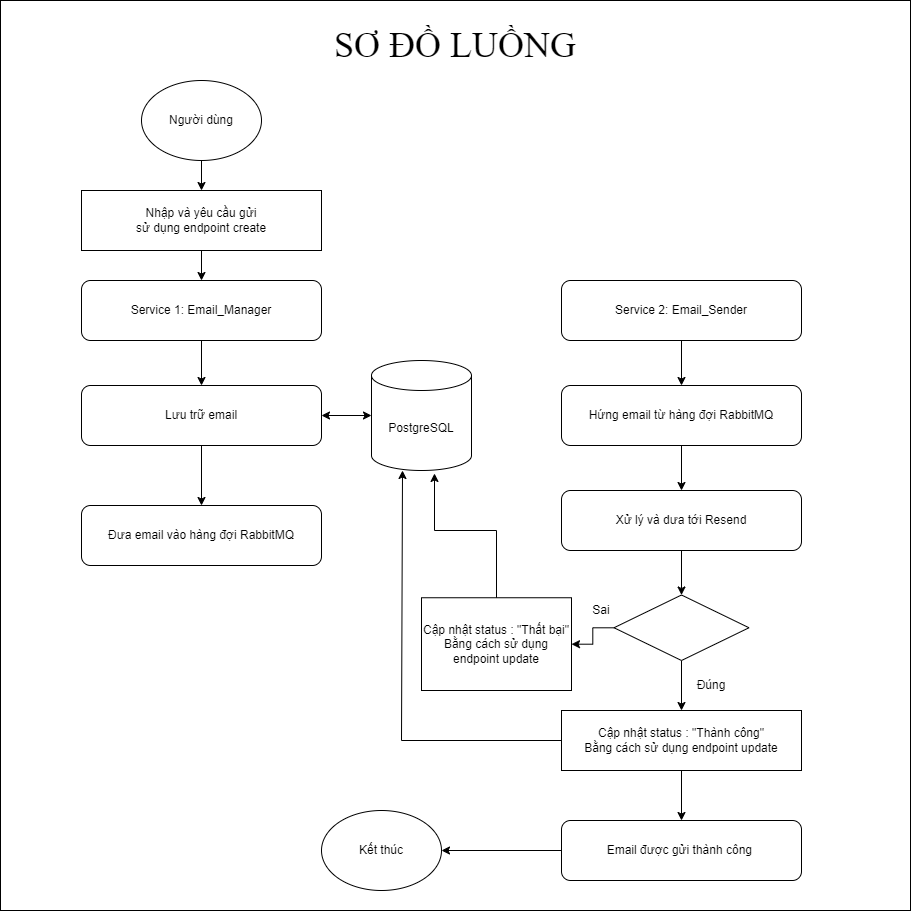
Above: rabbitmq_sendmail.png in truong270801/translate_Intern (draw.io), before the change. Source tidied: cells renumbered, new cells last; positions are measured from the earlier drawing's top-left corner, leaving out a move shared by most shapes.
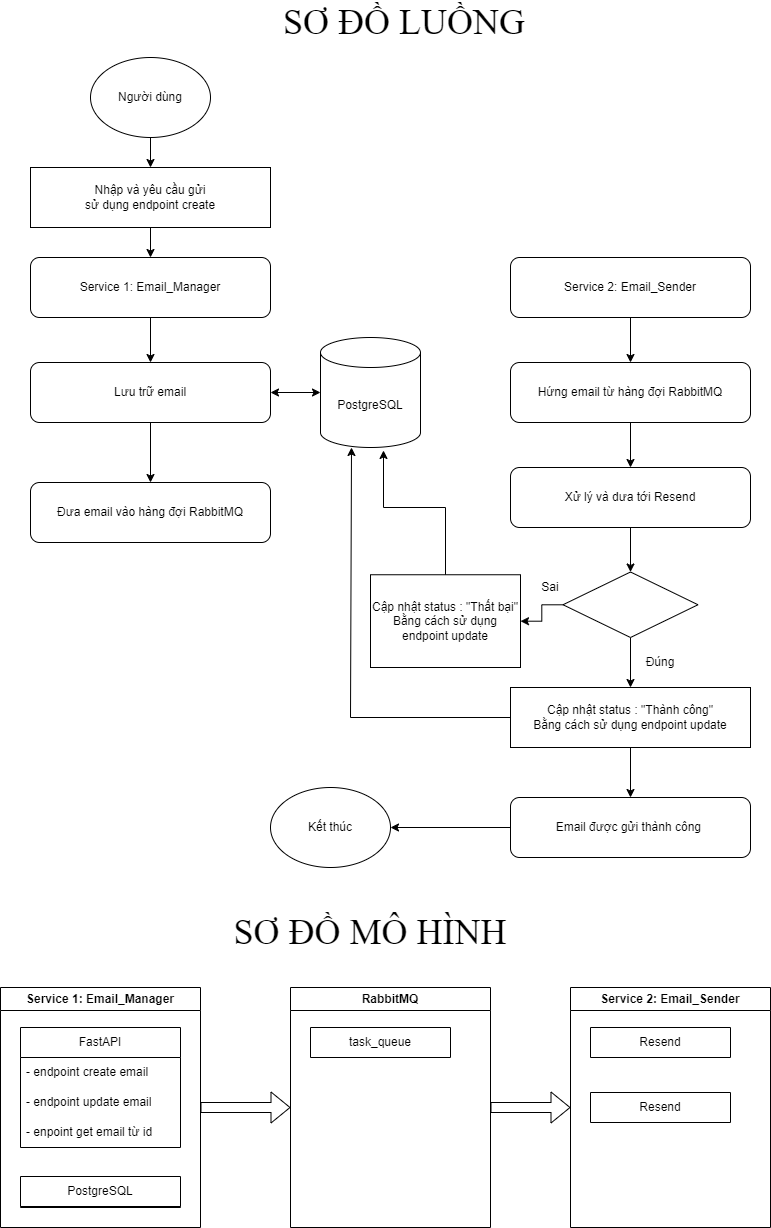
The same diagram one commit later.

Change to the diagram source:
```diff
@@ -2,9 +2,6 @@
   <root>
     <mxCell id="0" />
     <mxCell id="1" parent="0" />
-    <mxCell id="2" style="whiteSpace=wrap;html=1;" parent="1" vertex="1">
-      <mxGeometry width="910" height="910" as="geometry" />
-    </mxCell>
     <mxCell id="3" value="Nhập và yêu cầu gửi&lt;div&gt;sử dụng endpoint create&lt;/div&gt;" style="rounded=0;whiteSpace=wrap;html=1;" parent="1" vertex="1">
       <mxGeometry x="81" y="190" width="240" height="60" as="geometry" />
     </mxCell>
@@ -17,11 +14,11 @@
     <mxCell id="6" value="Lưu trữ email" style="rounded=1;whiteSpace=wrap;html=1;" parent="1" vertex="1">
       <mxGeometry x="81" y="385" width="240" height="60" as="geometry" />
     </mxCell>
-    <mxCell id="7" style="endArrow=classic;startArrow=classic;html=1;rounded=0;exitX=1;exitY=0.5;exitDx=0;exitDy=0;" parent="1" edge="1" source="6">
-      <mxGeometry relative="1" as="geometry">
-        <mxPoint x="371" y="415" as="targetPoint" />
-      </mxGeometry>
-    </mxCell>
+    <mxCell id="34" style="endArrow=classic;startArrow=classic;html=1;rounded=0;exitX=1;exitY=0.5;exitDx=0;exitDy=0;" parent="1" edge="1" source="6">
+      <mxGeometry relative="1" as="geometry">
+        <mxPoint x="371" y="415" as="targetPoint" />
+      </mxGeometry>
+    </mxCell>
     <mxCell id="8" style="endArrow=classic;html=1;rounded=0;entryX=0.5;entryY=0;entryDx=0;entryDy=0;exitX=0.5;exitY=1;exitDx=0;exitDy=0;" parent="1" edge="1" source="5" target="3">
       <mxGeometry relative="1" as="geometry" />
     </mxCell>
@@ -106,8 +103,54 @@
         </Array>
       </mxGeometry>
     </mxCell>
+    <mxCell id="35" value="Service 1: Email_Manager" style="swimlane;whiteSpace=wrap;html=1;" parent="1" vertex="1">
+      <mxGeometry x="51" y="1010" width="200" height="240" as="geometry" />
+    </mxCell>
+    <mxCell id="36" value="FastAPI" style="swimlane;fontStyle=0;horizontal=1;startSize=30;whiteSpace=wrap;html=1;" parent="35" vertex="1">
+      <mxGeometry x="20" y="40" width="160" height="120" as="geometry" />
+    </mxCell>
+    <mxCell id="37" value="- endpoint create email" style="text;strokeColor=none;fillColor=none;align=left;verticalAlign=middle;spacingLeft=4;spacingRight=4;overflow=hidden;whiteSpace=wrap;html=1;" parent="36" vertex="1">
+      <mxGeometry y="30" width="160" height="30" as="geometry" />
+    </mxCell>
+    <mxCell id="38" value="- endpoint update email" style="text;strokeColor=none;fillColor=none;align=left;verticalAlign=middle;spacingLeft=4;spacingRight=4;overflow=hidden;whiteSpace=wrap;html=1;" parent="36" vertex="1">
+      <mxGeometry y="60" width="160" height="30" as="geometry" />
+    </mxCell>
+    <mxCell id="39" value="- enpoint get email từ id" style="text;strokeColor=none;fillColor=none;align=left;verticalAlign=middle;spacingLeft=4;spacingRight=4;overflow=hidden;whiteSpace=wrap;html=1;" parent="36" vertex="1">
+      <mxGeometry y="90" width="160" height="30" as="geometry" />
+    </mxCell>
+    <mxCell id="40" value="PostgreSQL" style="swimlane;fontStyle=0;horizontal=1;startSize=30;whiteSpace=wrap;html=1;" parent="35" vertex="1">
+      <mxGeometry x="20" y="189" width="160" height="31" as="geometry" />
+    </mxCell>
+    <mxCell id="41" value="RabbitMQ" style="swimlane;whiteSpace=wrap;html=1;" parent="1" vertex="1">
+      <mxGeometry x="341" y="1010" width="200" height="240" as="geometry" />
+    </mxCell>
+    <mxCell id="42" value="task_queue" style="swimlane;fontStyle=0;horizontal=1;startSize=30;whiteSpace=wrap;html=1;" parent="41" vertex="1">
+      <mxGeometry x="20" y="40" width="140" height="30" as="geometry" />
+    </mxCell>
+    <mxCell id="43" style="shape=flexArrow;endArrow=classic;html=1;rounded=0;entryX=0;entryY=0.5;entryDx=0;entryDy=0;" parent="1" edge="1" target="41">
+      <mxGeometry relative="1" as="geometry">
+        <mxPoint x="251" y="1130" as="sourcePoint" />
+      </mxGeometry>
+    </mxCell>
+    <mxCell id="44" style="shape=flexArrow;endArrow=classic;html=1;rounded=0;entryX=0;entryY=0.5;entryDx=0;entryDy=0;exitX=1;exitY=0.5;exitDx=0;exitDy=0;" parent="1" edge="1" source="41">
+      <mxGeometry relative="1" as="geometry">
+        <mxPoint x="621" y="1130" as="targetPoint" />
+      </mxGeometry>
+    </mxCell>
+    <mxCell id="45" value="Service 2: Email_Sender" style="swimlane;whiteSpace=wrap;html=1;" parent="1" vertex="1">
+      <mxGeometry x="621" y="1010" width="200" height="240" as="geometry" />
+    </mxCell>
+    <mxCell id="46" value="Resend" style="swimlane;fontStyle=0;horizontal=1;startSize=30;whiteSpace=wrap;html=1;" parent="45" vertex="1">
+      <mxGeometry x="20" y="40" width="140" height="30" as="geometry" />
+    </mxCell>
+    <mxCell id="47" value="Resend" style="swimlane;fontStyle=0;horizontal=1;startSize=30;whiteSpace=wrap;html=1;" parent="45" vertex="1">
+      <mxGeometry x="20" y="105" width="140" height="30" as="geometry" />
+    </mxCell>
     <mxCell id="33" value="&lt;span style=&quot;font-size: 36px;&quot;&gt;&lt;font face=&quot;Times New Roman&quot;&gt;SƠ ĐỒ LUỒNG&lt;/font&gt;&lt;/span&gt;" style="text;html=1;align=center;verticalAlign=middle;whiteSpace=wrap;rounded=0;" parent="1" vertex="1">
       <mxGeometry x="240" y="30" width="430" height="30" as="geometry" />
     </mxCell>
+    <mxCell id="48" value="&lt;font face=&quot;Times New Roman&quot; style=&quot;font-size: 36px;&quot;&gt;SƠ ĐỒ MÔ HÌNH&lt;/font&gt;" style="text;html=1;align=center;verticalAlign=middle;whiteSpace=wrap;rounded=0;" parent="1" vertex="1">
+      <mxGeometry x="256" y="940" width="330" height="30" as="geometry" />
+    </mxCell>
   </root>
 </mxGraphModel>
```
